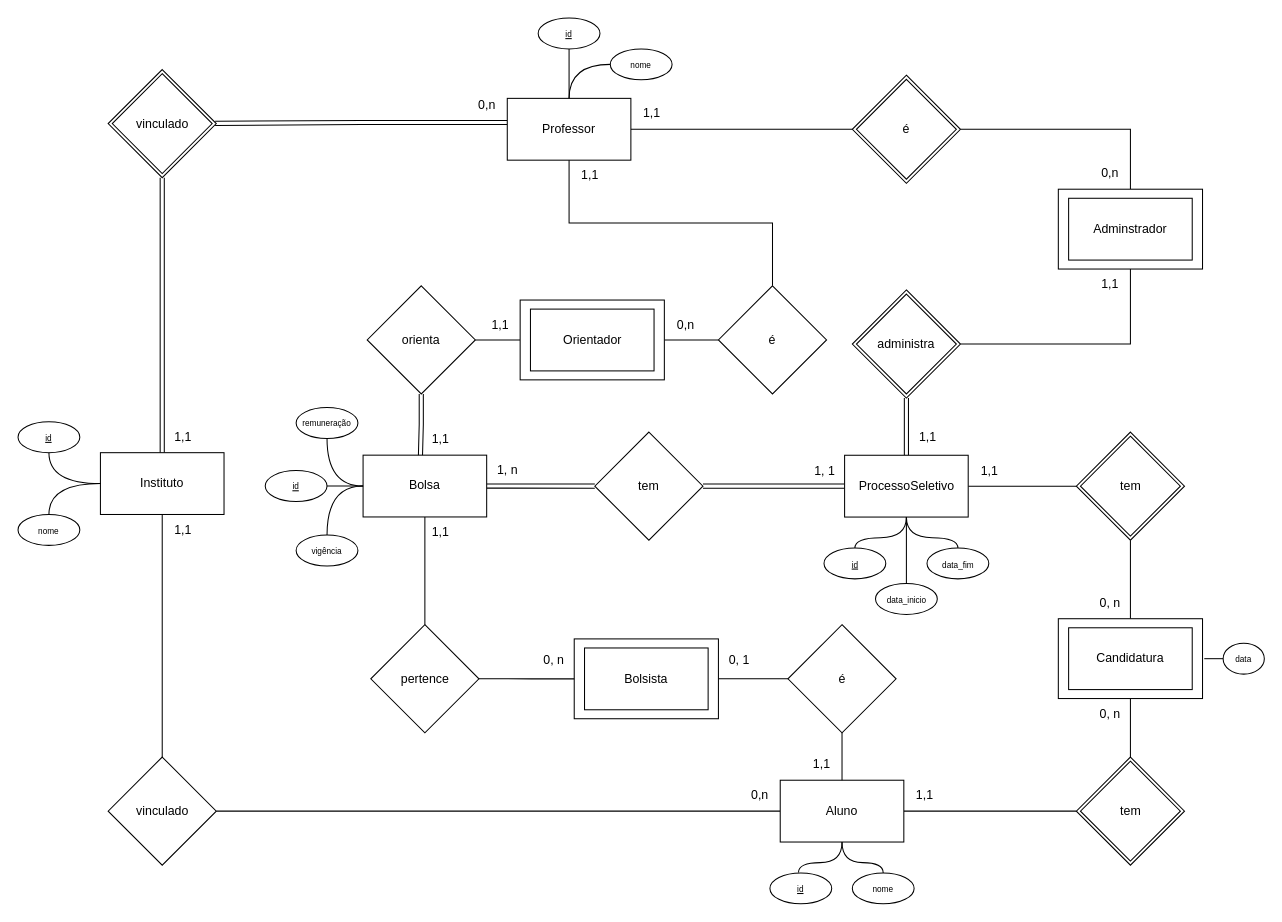
Before: Diagrama sem nome.drawio in malucsta/gerenciamento-de-bolsas, a draw.io diagram. Source tidied: cells renumbered, new cells numbered last; positions are measured from the earlier drawing's top-left corner, leaving out a move shared by most shapes. Both pictures are drawn from the tidied source at 103%, with x=0, y=0 at pixel (18, 18).
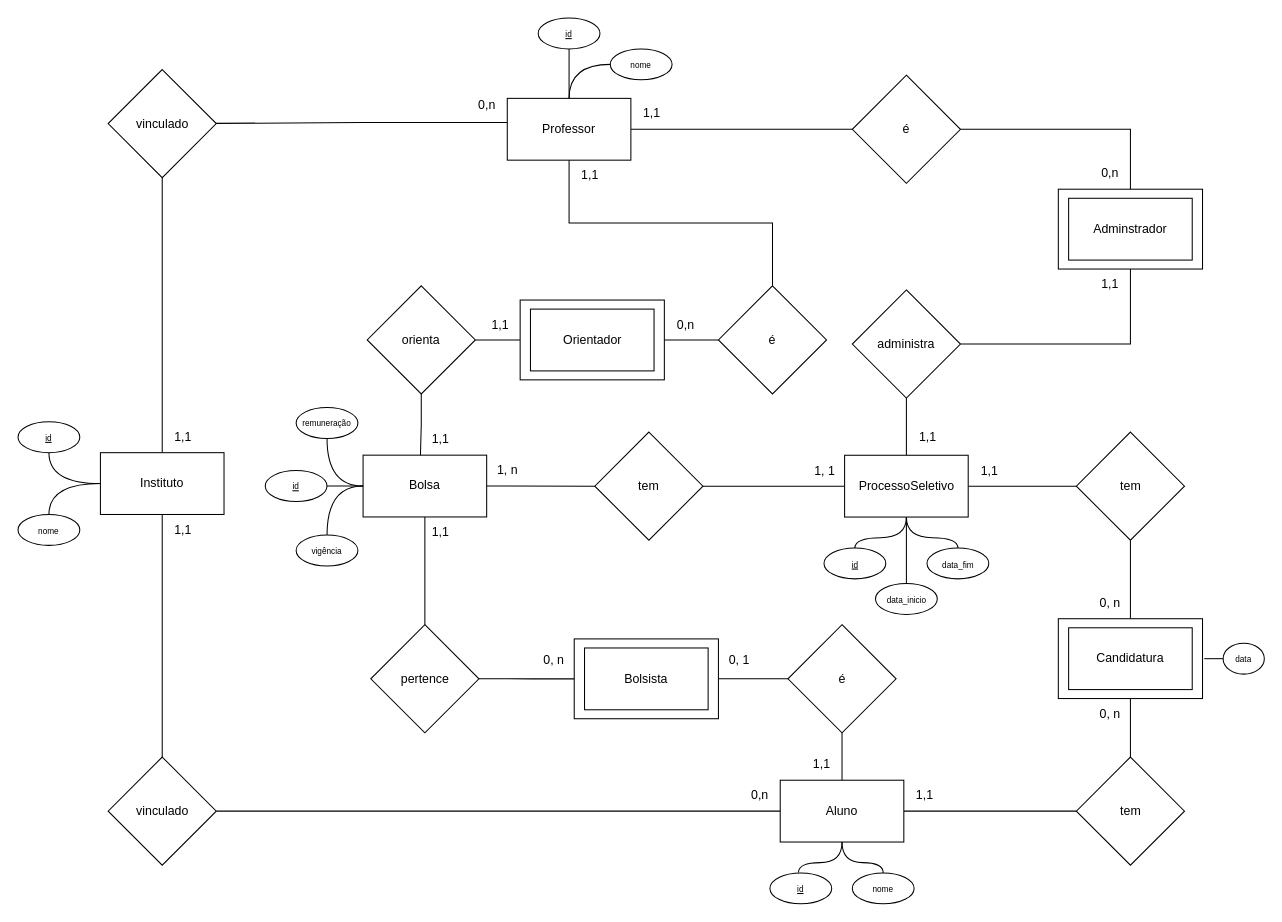
After the change.

Commit message:
Ajustes de Contornos e Cardinalidade

Unchanged cells that the change refers to:
```xml
<mxCell id="3" value="tem" style="rhombus;whiteSpace=wrap;html=1;" parent="1" vertex="1">
  <mxGeometry x="560" y="402" width="105" height="105" as="geometry" />
</mxCell>
<mxCell id="15" value="orienta" style="rhombus;whiteSpace=wrap;html=1;" parent="1" vertex="1">
  <mxGeometry x="339" y="260" width="105" height="105" as="geometry" />
</mxCell>
<mxCell id="43" value="ProcessoSeletivo" style="rounded=0;whiteSpace=wrap;html=1;" parent="42" vertex="1">
  <mxGeometry x="40" y="32.5" width="120" height="60" as="geometry" />
</mxCell>
<mxCell id="54" value="Professor" style="rounded=0;whiteSpace=wrap;html=1;" parent="53" vertex="1">
  <mxGeometry x="40" y="78" width="120" height="60" as="geometry" />
</mxCell>
<mxCell id="63" value="Instituto" style="rounded=0;whiteSpace=wrap;html=1;comic=0;jiggle=100;" parent="62" vertex="1">
  <mxGeometry x="80" y="30" width="120" height="60" as="geometry" />
</mxCell>
<mxCell id="71" value="Bolsa" style="rounded=0;whiteSpace=wrap;html=1;" parent="70" vertex="1">
  <mxGeometry x="125" y="46.2" width="120" height="60" as="geometry" />
</mxCell>
```

The edit, as a diff of the source:
```diff
@@
-    <mxCell id="2" style="edgeStyle=orthogonalEdgeStyle;rounded=0;jettySize=auto;html=1;exitX=1;exitY=0.5;exitDx=0;exitDy=0;entryX=0;entryY=0.5;entryDx=0;entryDy=0;shape=link;" parent="1" edge="1" source="3" target="43">
+    <mxCell id="2" style="edgeStyle=orthogonalEdgeStyle;rounded=0;jettySize=auto;html=1;exitX=1;exitY=0.5;exitDx=0;exitDy=0;entryX=0;entryY=0.5;entryDx=0;entryDy=0;endArrow=none;endFill=0;" parent="1" edge="1" source="3" target="43">
       <mxGeometry relative="1" as="geometry" />
     </mxCell>
@@
-    <mxCell id="5" style="endArrow=none;html=1;rounded=0;exitX=1;exitY=0.5;exitDx=0;exitDy=0;entryX=0;entryY=0.5;entryDx=0;entryDy=0;shape=link;" parent="1" edge="1" source="71" target="3">
+    <mxCell id="5" style="endArrow=none;html=1;rounded=0;exitX=1;exitY=0.5;exitDx=0;exitDy=0;entryX=0;entryY=0.5;entryDx=0;entryDy=0;endFill=0;" parent="1" edge="1" source="71" target="3">
       <mxGeometry relative="1" as="geometry" />
     </mxCell>
@@
-    <mxCell id="9" style="edgeStyle=orthogonalEdgeStyle;rounded=0;jettySize=auto;html=1;exitX=-0.001;exitY=0.39;exitDx=0;exitDy=0;entryX=0.989;entryY=0.498;entryDx=0;entryDy=0;entryPerimeter=0;shape=link;exitPerimeter=0;" parent="1" edge="1" source="54" target="19">
+    <mxCell id="9" style="edgeStyle=orthogonalEdgeStyle;rounded=0;jettySize=auto;html=1;exitX=-0.001;exitY=0.39;exitDx=0;exitDy=0;entryX=0.989;entryY=0.498;entryDx=0;entryDy=0;entryPerimeter=0;exitPerimeter=0;endArrow=none;endFill=0;" parent="1" edge="1" source="54" target="19">
       <mxGeometry relative="1" as="geometry" />
     </mxCell>
-    <mxCell id="10" style="edgeStyle=orthogonalEdgeStyle;rounded=0;jettySize=auto;html=1;entryX=0.5;entryY=0;entryDx=0;entryDy=0;endArrow=none;endFill=0;shape=link;exitX=0.5;exitY=1;exitDx=0;exitDy=0;" parent="1" edge="1" source="21" target="43">
+    <mxCell id="10" style="edgeStyle=orthogonalEdgeStyle;rounded=0;jettySize=auto;html=1;entryX=0.5;entryY=0;entryDx=0;entryDy=0;endArrow=none;endFill=0;exitX=0.5;exitY=1;exitDx=0;exitDy=0;" parent="1" edge="1" source="21" target="43">
       <mxGeometry relative="1" as="geometry" />
     </mxCell>
@@
-    <mxCell id="14" style="edgeStyle=orthogonalEdgeStyle;rounded=0;jettySize=auto;html=1;endArrow=none;endFill=0;shape=link;entryX=0.464;entryY=0.022;entryDx=0;entryDy=0;entryPerimeter=0;" parent="1" edge="1" source="15" target="71">
+    <mxCell id="14" style="edgeStyle=orthogonalEdgeStyle;rounded=0;jettySize=auto;html=1;endArrow=none;endFill=0;entryX=0.464;entryY=0.022;entryDx=0;entryDy=0;entryPerimeter=0;" parent="1" edge="1" source="15" target="71">
       <mxGeometry relative="1" as="geometry" />
     </mxCell>
@@
-    <mxCell id="17" value="tem" style="rhombus;whiteSpace=wrap;html=1;double=1;" parent="1" vertex="1">
+    <mxCell id="17" value="tem" style="rhombus;whiteSpace=wrap;html=1;double=0;" parent="1" vertex="1">
       <mxGeometry x="1027.5" y="402" width="105" height="105" as="geometry" />
     </mxCell>
-    <mxCell id="18" style="edgeStyle=orthogonalEdgeStyle;rounded=0;jettySize=auto;html=1;exitX=0.5;exitY=1;exitDx=0;exitDy=0;entryX=0.5;entryY=0;entryDx=0;entryDy=0;fontFamily=Helvetica;fontSize=12;fontColor=default;shape=link;" parent="1" edge="1" source="19" target="63">
+    <mxCell id="18" style="edgeStyle=orthogonalEdgeStyle;rounded=0;jettySize=auto;html=1;exitX=0.5;exitY=1;exitDx=0;exitDy=0;entryX=0.5;entryY=0;entryDx=0;entryDy=0;fontFamily=Helvetica;fontSize=12;fontColor=default;endArrow=none;endFill=0;" parent="1" edge="1" source="19" target="63">
       <mxGeometry relative="1" as="geometry" />
     </mxCell>
-    <mxCell id="19" value="vinculado" style="rhombus;whiteSpace=wrap;html=1;double=1;strokeColor=default;" parent="1" vertex="1">
+    <mxCell id="19" value="vinculado" style="rhombus;whiteSpace=wrap;html=1;double=0;strokeColor=default;" parent="1" vertex="1">
       <mxGeometry x="87.5" y="50" width="105" height="105" as="geometry" />
     </mxCell>
@@
-    <mxCell id="21" value="administra" style="rhombus;whiteSpace=wrap;html=1;double=1;" parent="1" vertex="1">
+    <mxCell id="21" value="administra" style="rhombus;whiteSpace=wrap;html=1;double=0;" parent="1" vertex="1">
       <mxGeometry x="810" y="264" width="105" height="105" as="geometry" />
     </mxCell>
@@
-    <mxCell id="24" value="tem" style="rhombus;whiteSpace=wrap;html=1;double=1;" parent="1" vertex="1">
+    <mxCell id="24" value="tem" style="rhombus;whiteSpace=wrap;html=1;double=0;fillColor=default;gradientColor=none;strokeColor=default;" parent="1" vertex="1">
       <mxGeometry x="1027.5" y="717.5" width="105" height="105" as="geometry" />
     </mxCell>
@@
-    <mxCell id="96" value="é" style="rhombus;whiteSpace=wrap;html=1;double=1;" parent="1" vertex="1">
+    <mxCell id="96" value="é" style="rhombus;whiteSpace=wrap;html=1;double=0;" parent="1" vertex="1">
       <mxGeometry x="810" y="55.5" width="105" height="105" as="geometry" />
     </mxCell>
```
